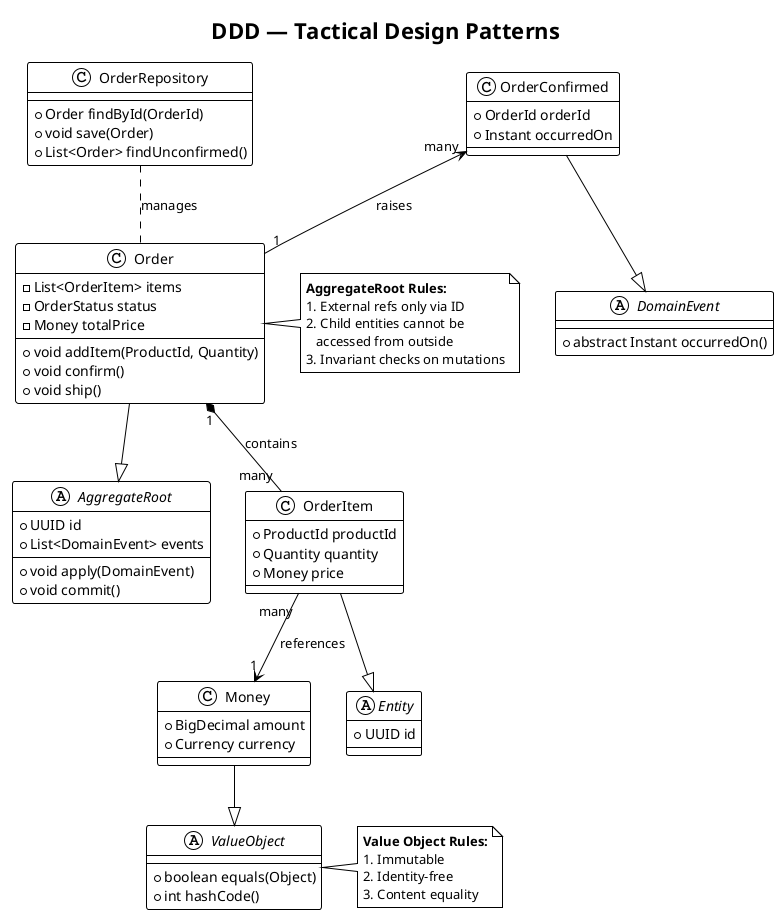
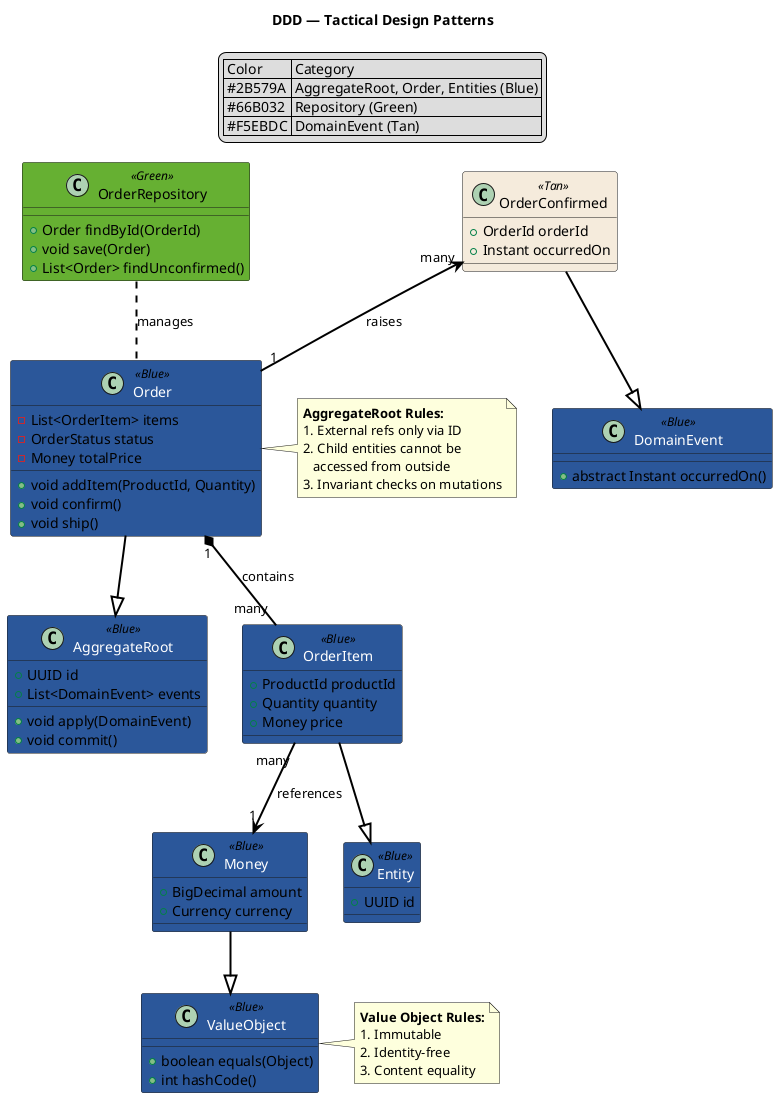
@startuml DDD_Tactical
- !theme plain

title DDD — Tactical Design Patterns

- abstract class AggregateRoot {
+ ' Color Palette Definitions
+ skinparam rectangle {
+     BorderColor #000000
+     BorderThickness 3
+     RoundCorner 8
+ }
+ skinparam arrow {
+     Color #000000
+     Thickness 2
+ }
+ skinparam defaultIconSize 16
+ 
+ ' Blue - Entities/Domain Objects
+ skinparam class<<Blue>> {
+     BackgroundColor #2B579A
+     FontColor #FFFFFF
+ }
+ 
+ ' Green - Infrastructure/Adapters
+ skinparam class<<Green>> {
+     BackgroundColor #66B032
+     FontColor #000000
+ }
+ 
+ ' Red - External/Boundary
+ skinparam class<<Red>> {
+     BackgroundColor #B22222
+     FontColor #FFFFFF
+ }
+ 
+ ' Tan - Neutral/Shared
+ skinparam class<<Tan>> {
+     BackgroundColor #F5EBDC
+     FontColor #000000
+ }
+ 
+ class AggregateRoot <<Blue>> {
  + UUID id
  + List<DomainEvent> events
  + void apply(DomainEvent)
  + void commit()
}

- class Order {
+ class Order <<Blue>> {
  - List<OrderItem> items
  - OrderStatus status
  - Money totalPrice
  + void addItem(ProductId, Quantity)
  + void confirm()
  + void ship()
}

- class OrderItem {
+ class OrderItem <<Blue>> {
  + ProductId productId
  + Quantity quantity
  + Money price
}

- class Money {
+ class Money <<Blue>> {
  + BigDecimal amount
  + Currency currency
}

- class OrderRepository {
+ class OrderRepository <<Green>> {
  + Order findById(OrderId)
  + void save(Order)
  + List<Order> findUnconfirmed()
}

- class OrderConfirmed {
+ class OrderConfirmed <<Tan>> {
  + OrderId orderId
  + Instant occurredOn
}

- abstract class DomainEvent {
+ class DomainEvent <<Blue>> {
  + abstract Instant occurredOn()
}

- abstract class Entity {
+ class Entity <<Blue>> {
  + UUID id
}

- abstract class ValueObject {
+ class ValueObject <<Blue>> {
  + boolean equals(Object)
  + int hashCode()
}

Order --|> AggregateRoot
OrderItem --|> Entity
Order "1" *-- "many" OrderItem : contains
OrderItem "many" --> "1" Money : references
Money --|> ValueObject
OrderConfirmed --|> DomainEvent
OrderConfirmed "many" <-- "1" Order : raises
OrderRepository .. Order : manages

note right of Order
  **AggregateRoot Rules:**
  1. External refs only via ID
  2. Child entities cannot be
     accessed from outside
  3. Invariant checks on mutations
end note

note right of ValueObject
  **Value Object Rules:**
  1. Immutable
  2. Identity-free
  3. Content equality
end note

+ legend top
+   | Color | Category |
+   | #2B579A | AggregateRoot, Order, Entities (Blue) |
+   | #66B032 | Repository (Green) |
+   | #F5EBDC | DomainEvent (Tan) |
+ endlegend
+ 
@enduml
